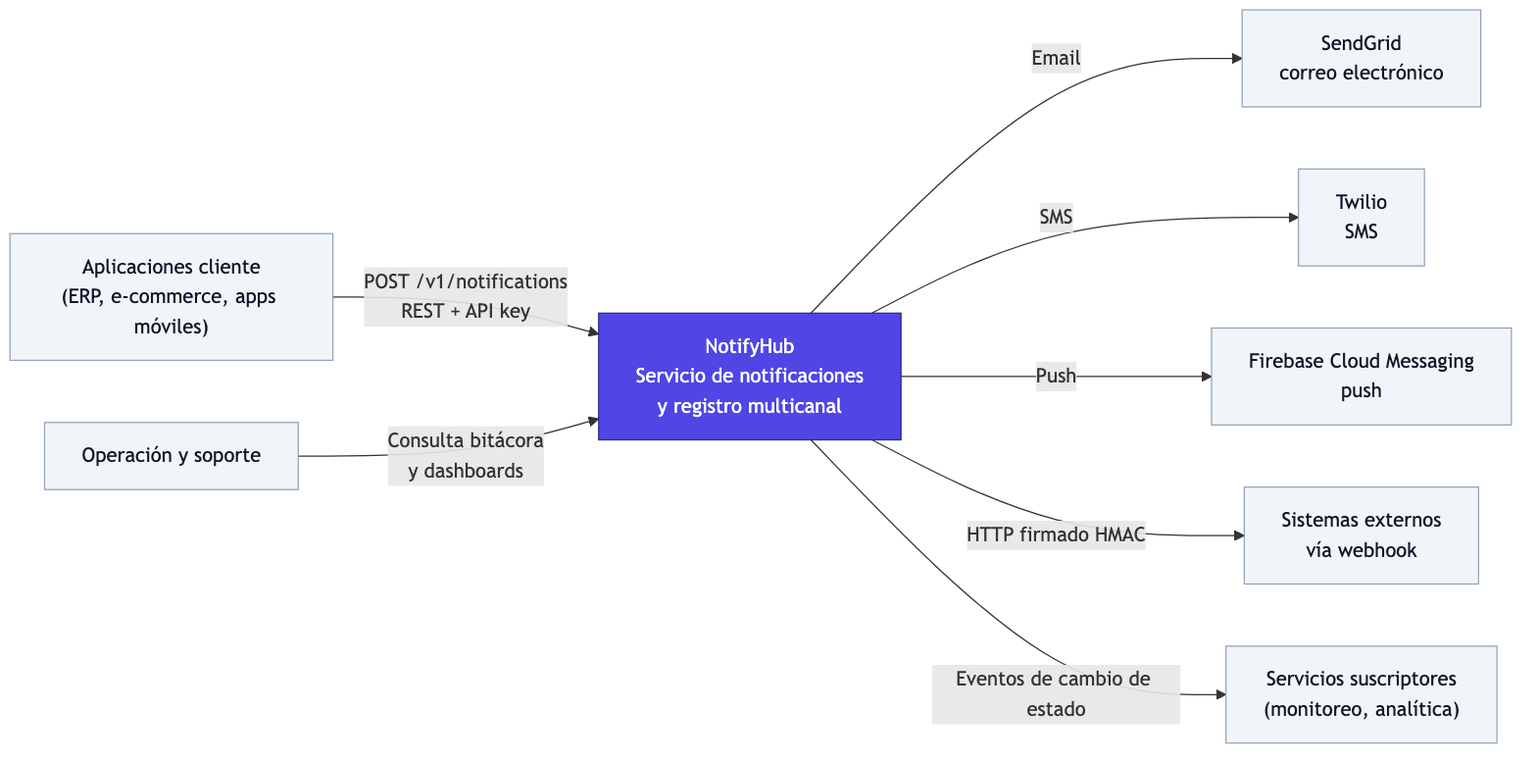
Before: docs/diagrams/render/01-contexto.png, a diagram exported from Mermaid (joseraulsoriano/notifyhub). Its source is kept beside it as docs/diagrams/01-contexto.mmd. Source of this version:
```mermaid
flowchart LR
  cli["Aplicaciones cliente<br/>(ERP, e-commerce, apps móviles)"]
  ops["Operación y soporte"]
  nh["NotifyHub<br/>Servicio de notificaciones<br/>y registro multicanal"]
  sg["SendGrid<br/>correo electrónico"]
  tw["Twilio<br/>SMS"]
  fcm["Firebase Cloud Messaging<br/>push"]
  wh["Sistemas externos<br/>vía webhook"]
  subs["Servicios suscriptores<br/>(monitoreo, analítica)"]
  cli -- "POST /v1/notifications<br/>REST + API key" --> nh
  ops -- "Consulta bitácora<br/>y dashboards" --> nh
  nh -- "Email" --> sg
  nh -- "SMS" --> tw
  nh -- "Push" --> fcm
  nh -- "HTTP firmado HMAC" --> wh
  nh -- "Eventos de cambio de estado" --> subs
  classDef core fill:#4f46e5,color:#fff,stroke:#312e81
  classDef ext fill:#f1f5f9,stroke:#94a3b8,color:#0f172a
  class nh core
  class sg,tw,fcm,wh,subs,cli,ops ext
```
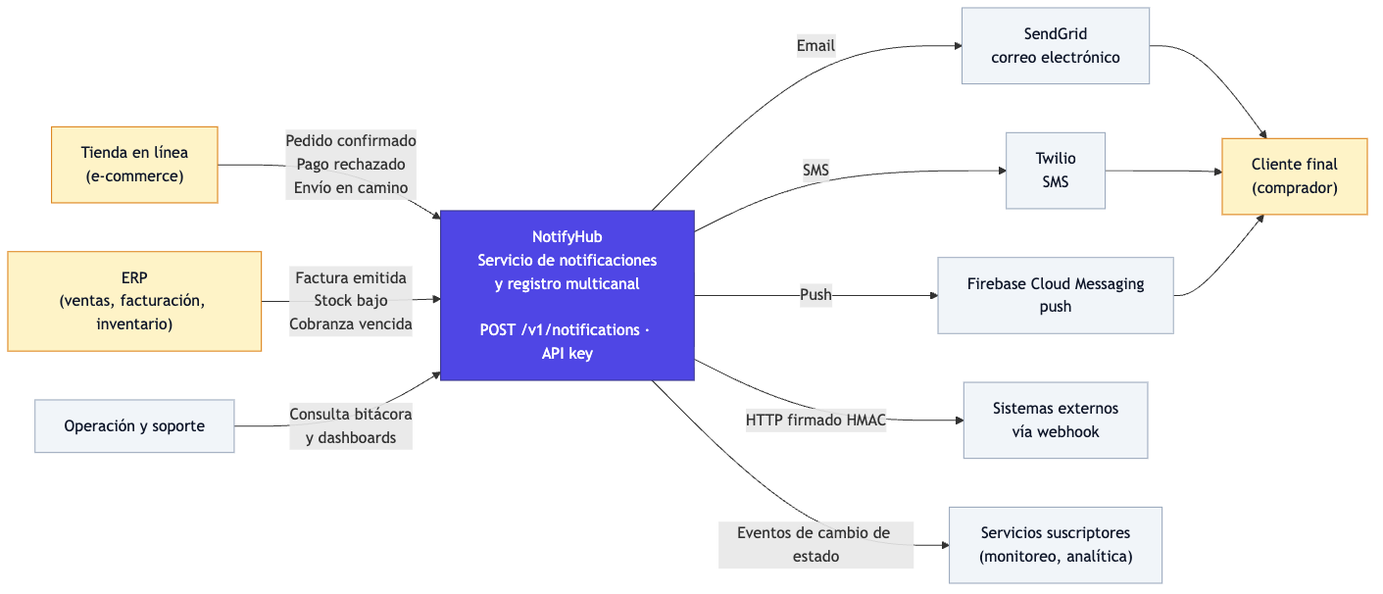
The same file after the commit.

Change to the diagram source:
```diff
@@ -1,20 +1,28 @@
 flowchart LR
-  cli["Aplicaciones cliente<br/>(ERP, e-commerce, apps móviles)"]
+  shop["Tienda en línea<br/>(e-commerce)"]
+  erp["ERP<br/>(ventas, facturación, inventario)"]
   ops["Operación y soporte"]
-  nh["NotifyHub<br/>Servicio de notificaciones<br/>y registro multicanal"]
+  nh["NotifyHub<br/>Servicio de notificaciones<br/>y registro multicanal<br/><br/>POST /v1/notifications · API key"]
   sg["SendGrid<br/>correo electrónico"]
   tw["Twilio<br/>SMS"]
   fcm["Firebase Cloud Messaging<br/>push"]
   wh["Sistemas externos<br/>vía webhook"]
+  buyer["Cliente final<br/>(comprador)"]
   subs["Servicios suscriptores<br/>(monitoreo, analítica)"]
-  cli -- "POST /v1/notifications<br/>REST + API key" --> nh
+  shop -- "Pedido confirmado<br/>Pago rechazado<br/>Envío en camino" --> nh
+  erp -- "Factura emitida<br/>Stock bajo<br/>Cobranza vencida" --> nh
   ops -- "Consulta bitácora<br/>y dashboards" --> nh
   nh -- "Email" --> sg
   nh -- "SMS" --> tw
   nh -- "Push" --> fcm
   nh -- "HTTP firmado HMAC" --> wh
+  sg --> buyer
+  tw --> buyer
+  fcm --> buyer
   nh -- "Eventos de cambio de estado" --> subs
   classDef core fill:#4f46e5,color:#fff,stroke:#312e81
   classDef ext fill:#f1f5f9,stroke:#94a3b8,color:#0f172a
+  classDef biz fill:#fef3c7,stroke:#d97706,color:#0f172a
   class nh core
-  class sg,tw,fcm,wh,subs,cli,ops ext
+  class sg,tw,fcm,wh,subs,ops ext
+  class shop,erp,buyer biz
```
